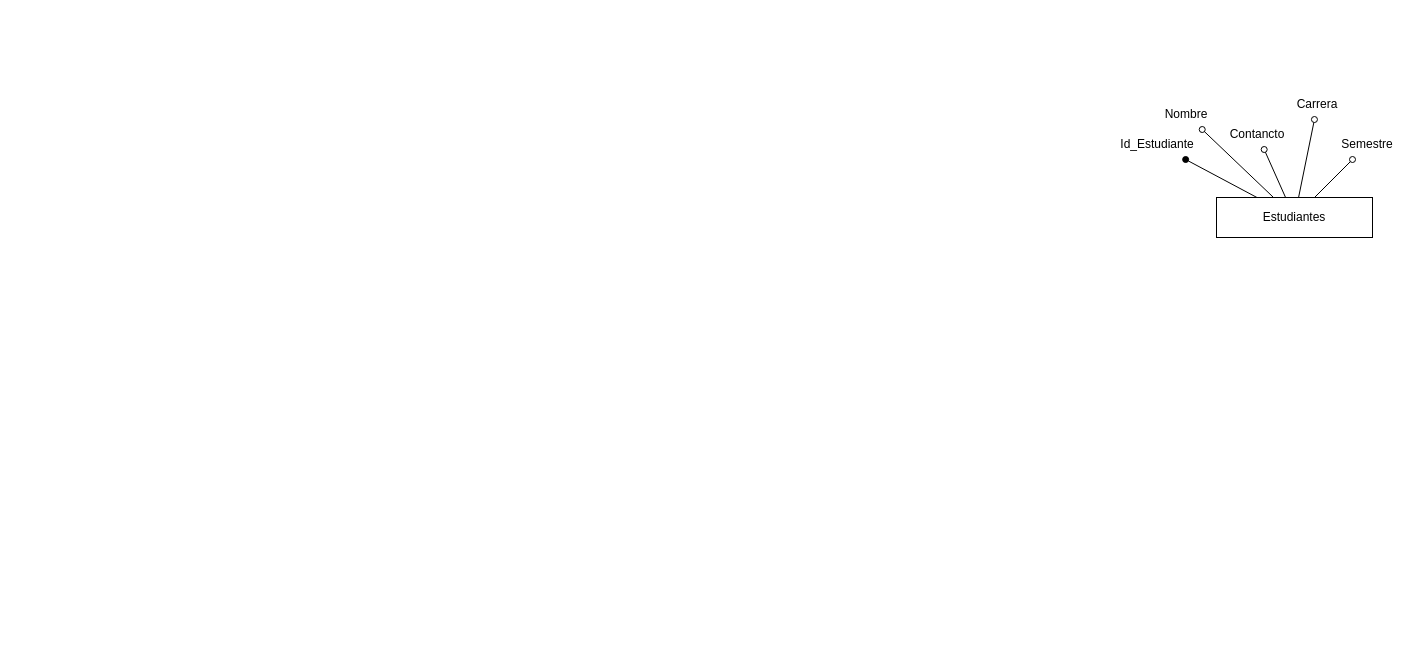
This is Bienestar_social_UMSA.drawio from tomyivan/diagramas-DB, a draw.io file, before an edit. Source tidied: cells renumbered, new cells numbered last; positions are measured from the earlier drawing's top-left corner, leaving out a move shared by most shapes. Both pictures are drawn from the tidied source at 100%, with x=0, y=0 at pixel (1127, 89).
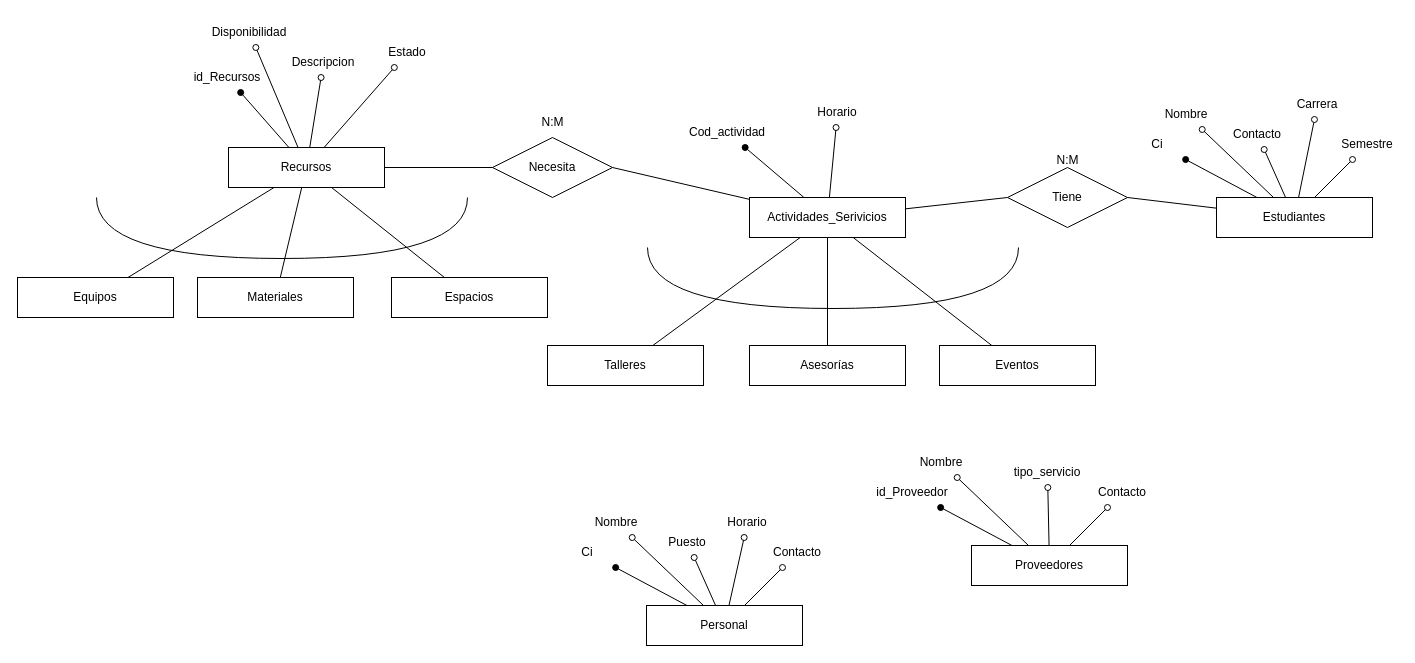
After the change.

The change refers to these unchanged cells:
```xml
<mxCell id="3" value="Estudiantes" style="whiteSpace=wrap;html=1;align=center;" parent="1" vertex="1">
  <mxGeometry x="89" y="108" width="156" height="40" as="geometry" />
</mxCell>
```

Change to the diagram source:
```diff
@@
-    <mxCell id="6" value="Id_Estudiante" style="text;html=1;strokeColor=none;fillColor=none;align=center;verticalAlign=middle;whiteSpace=wrap;rounded=0;" parent="1" vertex="1">
+    <mxCell id="6" value="Ci" style="text;html=1;strokeColor=none;fillColor=none;align=center;verticalAlign=middle;whiteSpace=wrap;rounded=0;" parent="1" vertex="1">
       <mxGeometry y="40" width="60" height="30" as="geometry" />
     </mxCell>
@@
-    <mxCell id="9" value="Contancto" style="text;html=1;strokeColor=none;fillColor=none;align=center;verticalAlign=middle;whiteSpace=wrap;rounded=0;" parent="1" vertex="1">
+    <mxCell id="9" value="Contacto" style="text;html=1;strokeColor=none;fillColor=none;align=center;verticalAlign=middle;whiteSpace=wrap;rounded=0;" parent="1" vertex="1">
       <mxGeometry x="100" y="30" width="60" height="30" as="geometry" />
     </mxCell>
@@
+    <mxCell id="13" value="Actividades_Serivicios" style="whiteSpace=wrap;html=1;align=center;" parent="1" vertex="1">
+      <mxGeometry x="-378" y="108" width="156" height="40" as="geometry" />
+    </mxCell>
+    <mxCell id="14" value="Talleres" style="whiteSpace=wrap;html=1;align=center;" parent="1" vertex="1">
+      <mxGeometry x="-580" y="256" width="156" height="40" as="geometry" />
+    </mxCell>
+    <mxCell id="15" value="Asesorías" style="whiteSpace=wrap;html=1;align=center;" parent="1" vertex="1">
+      <mxGeometry x="-378" y="256" width="156" height="40" as="geometry" />
+    </mxCell>
+    <mxCell id="16" value="Eventos" style="whiteSpace=wrap;html=1;align=center;" parent="1" vertex="1">
+      <mxGeometry x="-188" y="256" width="156" height="40" as="geometry" />
+    </mxCell>
+    <mxCell id="17" style="endArrow=none;html=1;rounded=0;" parent="1" edge="1" source="13" target="14">
+      <mxGeometry relative="1" as="geometry" />
+    </mxCell>
+    <mxCell id="18" style="endArrow=none;html=1;rounded=0;" parent="1" edge="1" source="13" target="15">
+      <mxGeometry relative="1" as="geometry" />
+    </mxCell>
+    <mxCell id="19" style="endArrow=none;html=1;rounded=0;" parent="1" edge="1" source="13" target="16">
+      <mxGeometry relative="1" as="geometry" />
+    </mxCell>
+    <mxCell id="20" style="shape=requiredInterface;html=1;verticalLabelPosition=bottom;sketch=0;direction=south;" parent="1" vertex="1">
+      <mxGeometry x="-480" y="158" width="371" height="61" as="geometry" />
+    </mxCell>
+    <mxCell id="21" value="Cod_actividad" style="text;html=1;strokeColor=none;fillColor=none;align=center;verticalAlign=middle;whiteSpace=wrap;rounded=0;" parent="1" vertex="1">
+      <mxGeometry x="-430" y="28" width="60" height="30" as="geometry" />
+    </mxCell>
+    <mxCell id="22" style="rounded=0;jettySize=auto;html=1;endArrow=oval;endFill=0;" parent="1" edge="1" source="13" target="23">
+      <mxGeometry relative="1" as="geometry" />
+    </mxCell>
+    <mxCell id="23" value="Horario" style="text;html=1;strokeColor=none;fillColor=none;align=center;verticalAlign=middle;whiteSpace=wrap;rounded=0;" parent="1" vertex="1">
+      <mxGeometry x="-320" y="8" width="60" height="30" as="geometry" />
+    </mxCell>
+    <mxCell id="24" value="Recursos" style="whiteSpace=wrap;html=1;align=center;" parent="1" vertex="1">
+      <mxGeometry x="-899" y="58" width="156" height="40" as="geometry" />
+    </mxCell>
+    <mxCell id="25" style="rounded=0;jettySize=auto;html=1;endArrow=oval;endFill=1;" parent="1" edge="1" source="13" target="21">
+      <mxGeometry relative="1" as="geometry" />
+    </mxCell>
+    <mxCell id="26" value="id_Recursos" style="text;html=1;strokeColor=none;fillColor=none;align=center;verticalAlign=middle;whiteSpace=wrap;rounded=0;" parent="1" vertex="1">
+      <mxGeometry x="-930" y="-27" width="60" height="30" as="geometry" />
+    </mxCell>
+    <mxCell id="27" style="rounded=0;jettySize=auto;html=1;endArrow=oval;endFill=1;" parent="1" edge="1" source="24" target="26">
+      <mxGeometry relative="1" as="geometry" />
+    </mxCell>
+    <mxCell id="28" value="Necesita" style="shape=rhombus;perimeter=rhombusPerimeter;whiteSpace=wrap;html=1;align=center;" parent="1" vertex="1">
+      <mxGeometry x="-635" y="48" width="120" height="60" as="geometry" />
+    </mxCell>
+    <mxCell id="29" style="endArrow=none;html=1;rounded=0;entryX=1;entryY=0.5;entryDx=0;entryDy=0;" parent="1" edge="1" source="13" target="28">
+      <mxGeometry relative="1" as="geometry" />
+    </mxCell>
+    <mxCell id="30" style="endArrow=none;html=1;rounded=0;exitX=0;exitY=0.5;exitDx=0;exitDy=0;" parent="1" edge="1" source="28" target="24">
+      <mxGeometry relative="1" as="geometry" />
+    </mxCell>
+    <mxCell id="31" value="N:M" style="text;html=1;align=center;verticalAlign=middle;strokeColor=none;fillColor=none;" parent="1" vertex="1">
+      <mxGeometry x="-600" y="18" width="50" height="30" as="geometry" />
+    </mxCell>
+    <mxCell id="32" value="Equipos" style="whiteSpace=wrap;html=1;align=center;" parent="1" vertex="1">
+      <mxGeometry x="-1110" y="188" width="156" height="40" as="geometry" />
+    </mxCell>
+    <mxCell id="33" value="Materiales" style="whiteSpace=wrap;html=1;align=center;" parent="1" vertex="1">
+      <mxGeometry x="-930" y="188" width="156" height="40" as="geometry" />
+    </mxCell>
+    <mxCell id="34" value="Espacios" style="whiteSpace=wrap;html=1;align=center;" parent="1" vertex="1">
+      <mxGeometry x="-736" y="188" width="156" height="40" as="geometry" />
+    </mxCell>
+    <mxCell id="35" style="shape=requiredInterface;html=1;verticalLabelPosition=bottom;sketch=0;direction=south;" parent="1" vertex="1">
+      <mxGeometry x="-1031" y="108" width="371" height="61" as="geometry" />
+    </mxCell>
+    <mxCell id="36" style="endArrow=none;html=1;rounded=0;" parent="1" edge="1" source="24" target="32">
+      <mxGeometry relative="1" as="geometry" />
+    </mxCell>
+    <mxCell id="37" style="endArrow=none;html=1;rounded=0;" parent="1" edge="1" source="24" target="34">
+      <mxGeometry relative="1" as="geometry" />
+    </mxCell>
+    <mxCell id="38" style="endArrow=none;html=1;rounded=0;" parent="1" edge="1" source="24" target="33">
+      <mxGeometry relative="1" as="geometry" />
+    </mxCell>
+    <mxCell id="39" style="rounded=0;jettySize=auto;html=1;endArrow=oval;endFill=0;" parent="1" edge="1" source="24" target="40">
+      <mxGeometry relative="1" as="geometry" />
+    </mxCell>
+    <mxCell id="40" value="Descripcion" style="text;html=1;strokeColor=none;fillColor=none;align=center;verticalAlign=middle;whiteSpace=wrap;rounded=0;" parent="1" vertex="1">
+      <mxGeometry x="-834" y="-42" width="60" height="30" as="geometry" />
+    </mxCell>
+    <mxCell id="41" style="rounded=0;jettySize=auto;html=1;endArrow=oval;endFill=1;" parent="1" edge="1" source="42" target="45">
+      <mxGeometry relative="1" as="geometry" />
+    </mxCell>
+    <mxCell id="42" value="Personal" style="whiteSpace=wrap;html=1;align=center;" parent="1" vertex="1">
+      <mxGeometry x="-481" y="516" width="156" height="40" as="geometry" />
+    </mxCell>
+    <mxCell id="43" style="rounded=0;jettySize=auto;html=1;endArrow=oval;endFill=0;" parent="1" edge="1" source="42" target="44">
+      <mxGeometry relative="1" as="geometry" />
+    </mxCell>
+    <mxCell id="44" value="Nombre" style="text;html=1;strokeColor=none;fillColor=none;align=center;verticalAlign=middle;whiteSpace=wrap;rounded=0;" parent="1" vertex="1">
+      <mxGeometry x="-541" y="418" width="60" height="30" as="geometry" />
+    </mxCell>
+    <mxCell id="45" value="Ci" style="text;html=1;strokeColor=none;fillColor=none;align=center;verticalAlign=middle;whiteSpace=wrap;rounded=0;" parent="1" vertex="1">
+      <mxGeometry x="-570" y="448" width="60" height="30" as="geometry" />
+    </mxCell>
+    <mxCell id="46" value="Horario" style="text;html=1;strokeColor=none;fillColor=none;align=center;verticalAlign=middle;whiteSpace=wrap;rounded=0;" parent="1" vertex="1">
+      <mxGeometry x="-410" y="418" width="60" height="30" as="geometry" />
+    </mxCell>
+    <mxCell id="47" value="Contacto" style="text;html=1;strokeColor=none;fillColor=none;align=center;verticalAlign=middle;whiteSpace=wrap;rounded=0;" parent="1" vertex="1">
+      <mxGeometry x="-360" y="448" width="60" height="30" as="geometry" />
+    </mxCell>
+    <mxCell id="48" value="Puesto" style="text;html=1;strokeColor=none;fillColor=none;align=center;verticalAlign=middle;whiteSpace=wrap;rounded=0;" parent="1" vertex="1">
+      <mxGeometry x="-470" y="438" width="60" height="30" as="geometry" />
+    </mxCell>
+    <mxCell id="49" style="rounded=0;jettySize=auto;html=1;endArrow=oval;endFill=0;" parent="1" edge="1" source="42" target="47">
+      <mxGeometry relative="1" as="geometry" />
+    </mxCell>
+    <mxCell id="50" style="rounded=0;jettySize=auto;html=1;endArrow=oval;endFill=0;" parent="1" edge="1" source="42" target="46">
+      <mxGeometry relative="1" as="geometry" />
+    </mxCell>
+    <mxCell id="51" style="rounded=0;jettySize=auto;html=1;endArrow=oval;endFill=0;" parent="1" edge="1" source="42" target="48">
+      <mxGeometry relative="1" as="geometry" />
+    </mxCell>
+    <mxCell id="52" style="rounded=0;jettySize=auto;html=1;endArrow=oval;endFill=1;" parent="1" edge="1" source="53" target="56">
+      <mxGeometry relative="1" as="geometry" />
+    </mxCell>
+    <mxCell id="53" value="Proveedores" style="whiteSpace=wrap;html=1;align=center;" parent="1" vertex="1">
+      <mxGeometry x="-156" y="456" width="156" height="40" as="geometry" />
+    </mxCell>
+    <mxCell id="54" style="rounded=0;jettySize=auto;html=1;endArrow=oval;endFill=0;" parent="1" edge="1" source="53" target="55">
+      <mxGeometry relative="1" as="geometry" />
+    </mxCell>
+    <mxCell id="55" value="Nombre" style="text;html=1;strokeColor=none;fillColor=none;align=center;verticalAlign=middle;whiteSpace=wrap;rounded=0;" parent="1" vertex="1">
+      <mxGeometry x="-216" y="358" width="60" height="30" as="geometry" />
+    </mxCell>
+    <mxCell id="56" value="id_Proveedor" style="text;html=1;strokeColor=none;fillColor=none;align=center;verticalAlign=middle;whiteSpace=wrap;rounded=0;" parent="1" vertex="1">
+      <mxGeometry x="-245" y="388" width="60" height="30" as="geometry" />
+    </mxCell>
+    <mxCell id="57" value="Contacto" style="text;html=1;strokeColor=none;fillColor=none;align=center;verticalAlign=middle;whiteSpace=wrap;rounded=0;" parent="1" vertex="1">
+      <mxGeometry x="-35" y="388" width="60" height="30" as="geometry" />
+    </mxCell>
+    <mxCell id="58" value="tipo_servicio" style="text;html=1;strokeColor=none;fillColor=none;align=center;verticalAlign=middle;whiteSpace=wrap;rounded=0;" parent="1" vertex="1">
+      <mxGeometry x="-110" y="368" width="60" height="30" as="geometry" />
+    </mxCell>
+    <mxCell id="59" style="rounded=0;jettySize=auto;html=1;endArrow=oval;endFill=0;" parent="1" edge="1" source="53" target="57">
+      <mxGeometry relative="1" as="geometry" />
+    </mxCell>
+    <mxCell id="60" style="rounded=0;jettySize=auto;html=1;endArrow=oval;endFill=0;" parent="1" edge="1" source="53" target="58">
+      <mxGeometry relative="1" as="geometry" />
+    </mxCell>
+    <mxCell id="61" value="Tiene" style="shape=rhombus;perimeter=rhombusPerimeter;whiteSpace=wrap;html=1;align=center;" parent="1" vertex="1">
+      <mxGeometry x="-120" y="78" width="120" height="60" as="geometry" />
+    </mxCell>
+    <mxCell id="62" value="N:M" style="text;html=1;align=center;verticalAlign=middle;strokeColor=none;fillColor=none;" parent="1" vertex="1">
+      <mxGeometry x="-85" y="56" width="50" height="30" as="geometry" />
+    </mxCell>
+    <mxCell id="63" style="endArrow=none;html=1;rounded=0;entryX=1;entryY=0.5;entryDx=0;entryDy=0;" parent="1" edge="1" source="3" target="61">
+      <mxGeometry relative="1" as="geometry" />
+    </mxCell>
+    <mxCell id="64" style="endArrow=none;html=1;rounded=0;exitX=0;exitY=0.5;exitDx=0;exitDy=0;" parent="1" edge="1" source="61" target="13">
+      <mxGeometry relative="1" as="geometry" />
+    </mxCell>
+    <mxCell id="65" value="Estado" style="text;html=1;strokeColor=none;fillColor=none;align=center;verticalAlign=middle;whiteSpace=wrap;rounded=0;" parent="1" vertex="1">
+      <mxGeometry x="-750" y="-52" width="60" height="30" as="geometry" />
+    </mxCell>
+    <mxCell id="66" style="rounded=0;jettySize=auto;html=1;endArrow=oval;endFill=0;" parent="1" edge="1" source="24" target="65">
+      <mxGeometry relative="1" as="geometry" />
+    </mxCell>
+    <mxCell id="67" value="Disponibilidad" style="text;html=1;strokeColor=none;fillColor=none;align=center;verticalAlign=middle;whiteSpace=wrap;rounded=0;" parent="1" vertex="1">
+      <mxGeometry x="-908" y="-72" width="60" height="30" as="geometry" />
+    </mxCell>
+    <mxCell id="68" style="rounded=0;jettySize=auto;html=1;endArrow=oval;endFill=0;" parent="1" edge="1" source="24" target="67">
+      <mxGeometry relative="1" as="geometry" />
+    </mxCell>
```
